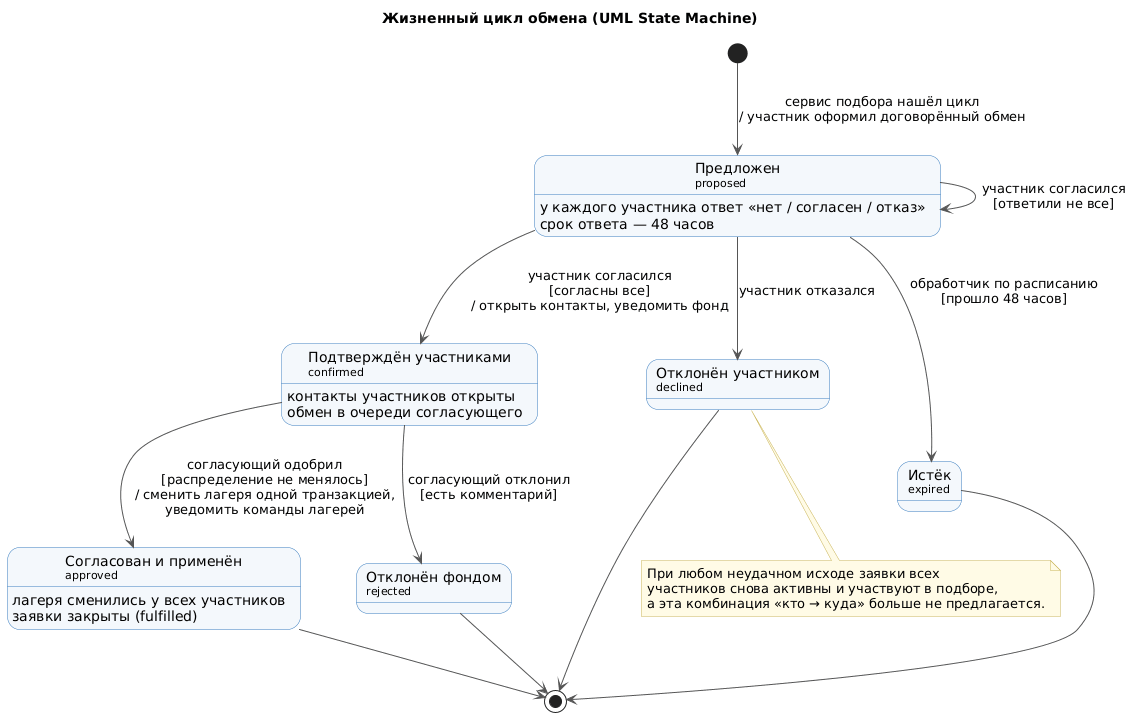
MatiarRKh/camp-exchange-api keeps this PlantUML diagram as docs/diagrams/swap-states.png. Above is the earlier version. Its diagram source:
```plantuml
@startuml swap-states
title Жизненный цикл обмена (UML State Machine)
skinparam defaultFontName "Segoe UI"
skinparam shadowing false
skinparam state {
  BackgroundColor #F4F8FC
  BorderColor #3C7FC0
  ArrowColor #555555
}
skinparam note {
  BackgroundColor #FFFBE6
  BorderColor #C9B458
}

state "Предложен\n<size:11>proposed</size>" as proposed
proposed : у каждого участника ответ «нет / согласен / отказ»
proposed : срок ответа — 48 часов

state "Подтверждён участниками\n<size:11>confirmed</size>" as confirmed
confirmed : контакты участников открыты
confirmed : обмен в очереди согласующего

state "Согласован и применён\n<size:11>approved</size>" as approved
approved : лагеря сменились у всех участников
approved : заявки закрыты (fulfilled)

state "Отклонён участником\n<size:11>declined</size>" as declined
state "Истёк\n<size:11>expired</size>" as expired
state "Отклонён фондом\n<size:11>rejected</size>" as rejected

[*] --> proposed : сервис подбора нашёл цикл\n/ участник оформил договорённый обмен
proposed --> proposed : участник согласился\n[ответили не все]
proposed --> confirmed : участник согласился\n[согласны все]\n/ открыть контакты, уведомить фонд
proposed --> declined : участник отказался
proposed --> expired : обработчик по расписанию\n[прошло 48 часов]
confirmed --> approved : согласующий одобрил\n[распределение не менялось]\n/ сменить лагеря одной транзакцией,\nуведомить команды лагерей
confirmed --> rejected : согласующий отклонил\n[есть комментарий]

approved --> [*]
declined --> [*]
expired --> [*]
rejected --> [*]

note bottom of declined
  При любом неудачном исходе заявки всех
  участников снова активны и участвуют в подборе,
  а эта комбинация «кто → куда» больше не предлагается.
end note
@enduml
```
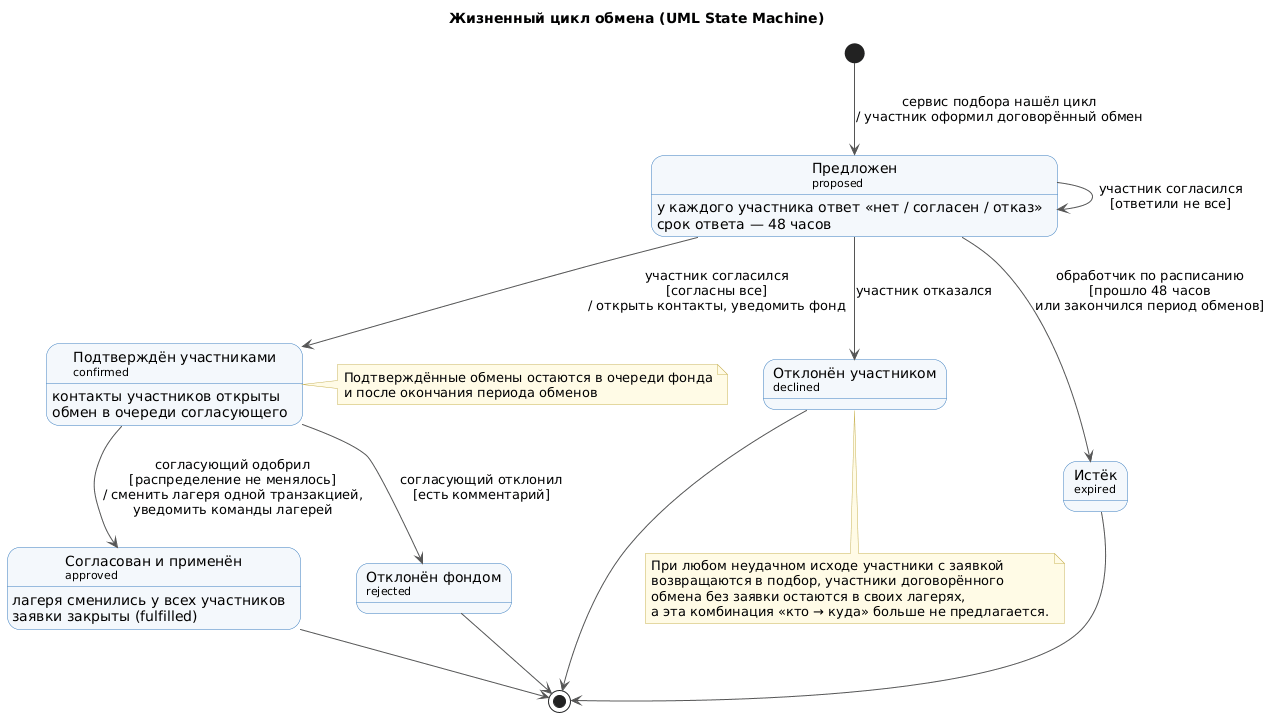
Later version of the same file.

What changed in the source:
```diff
@@ -32,7 +32,7 @@
 proposed --> proposed : участник согласился\n[ответили не все]
 proposed --> confirmed : участник согласился\n[согласны все]\n/ открыть контакты, уведомить фонд
 proposed --> declined : участник отказался
-proposed --> expired : обработчик по расписанию\n[прошло 48 часов]
+proposed --> expired : обработчик по расписанию\n[прошло 48 часов\nили закончился период обменов]
 confirmed --> approved : согласующий одобрил\n[распределение не менялось]\n/ сменить лагеря одной транзакцией,\nуведомить команды лагерей
 confirmed --> rejected : согласующий отклонил\n[есть комментарий]
 
@@ -42,8 +42,14 @@
 rejected --> [*]
 
 note bottom of declined
-  При любом неудачном исходе заявки всех
-  участников снова активны и участвуют в подборе,
+  При любом неудачном исходе участники с заявкой
+  возвращаются в подбор, участники договорённого
+  обмена без заявки остаются в своих лагерях,
   а эта комбинация «кто → куда» больше не предлагается.
 end note
+
+note right of confirmed
+  Подтверждённые обмены остаются в очереди фонда
+  и после окончания периода обменов
+end note
 @enduml
```
